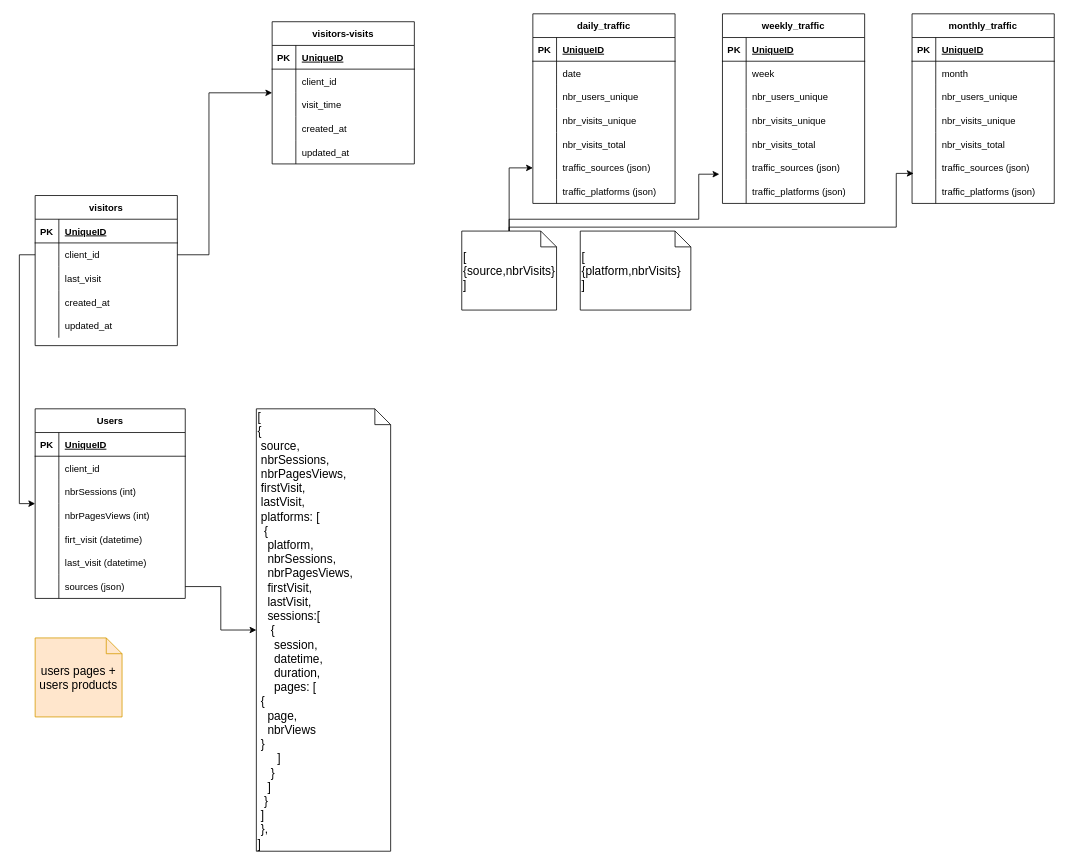
This is Untitled Diagram.drawio from hbenflouka/diagrames, a draw.io file, before an edit. Source tidied: cells renumbered, new cells numbered last; positions are measured from the earlier drawing's top-left corner, leaving out a move shared by most shapes. Both pictures are drawn from the tidied source at 79%, with x=0, y=0 at pixel (35, 13).
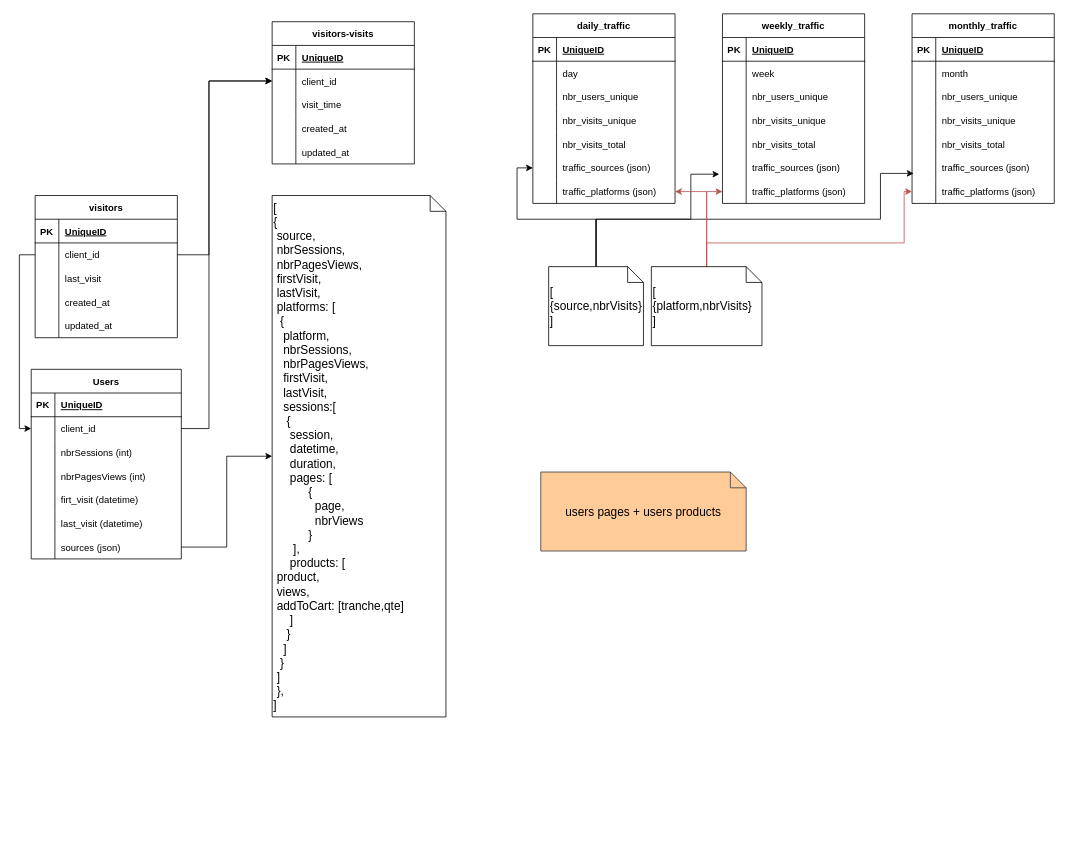
The same diagram, later.

The change refers to these unchanged cells:
```xml
<mxCell id="6" style="shape=partialRectangle;fillColor=none;top=0;left=0;bottom=0;right=0;points=[[0,0.5],[1,0.5]];portConstraint=eastwest;" parent="2" vertex="1">
  <mxGeometry y="60" width="180" height="30" as="geometry" />
</mxCell>
<mxCell id="22" style="shape=partialRectangle;fillColor=none;top=0;left=0;bottom=0;right=0;points=[[0,0.5],[1,0.5]];portConstraint=eastwest;" parent="18" vertex="1">
  <mxGeometry y="60" width="180" height="30" as="geometry" />
</mxCell>
<mxCell id="38" style="shape=partialRectangle;fillColor=none;top=0;left=0;bottom=0;right=0;points=[[0,0.5],[1,0.5]];portConstraint=eastwest;" parent="34" vertex="1">
  <mxGeometry y="60" width="190" height="30" as="geometry" />
</mxCell>
<mxCell id="61" style="shape=partialRectangle;fillColor=none;top=0;left=0;bottom=0;right=0;" parent="57" vertex="1">
  <mxGeometry y="60" width="180" height="30" as="geometry" />
</mxCell>
<mxCell id="73" style="shape=partialRectangle;fillColor=none;top=0;left=0;bottom=0;right=0;points=[[0,0.5],[1,0.5]];portConstraint=eastwest;" parent="57" vertex="1">
  <mxGeometry y="180" width="180" height="30" as="geometry" />
</mxCell>
<mxCell id="76" style="shape=partialRectangle;fillColor=none;top=0;left=0;bottom=0;right=0;points=[[0,0.5],[1,0.5]];portConstraint=eastwest;" parent="57" vertex="1">
  <mxGeometry y="210" width="180" height="30" as="geometry" />
</mxCell>
<mxCell id="95" style="shape=partialRectangle;fillColor=none;top=0;left=0;bottom=0;right=0;points=[[0,0.5],[1,0.5]];portConstraint=eastwest;" parent="79" vertex="1">
  <mxGeometry y="180" width="180" height="30" as="geometry" />
</mxCell>
<mxCell id="98" style="shape=partialRectangle;fillColor=none;top=0;left=0;bottom=0;right=0;points=[[0,0.5],[1,0.5]];portConstraint=eastwest;" parent="79" vertex="1">
  <mxGeometry y="210" width="180" height="30" as="geometry" />
</mxCell>
<mxCell id="117" style="shape=partialRectangle;fillColor=none;top=0;left=0;bottom=0;right=0;points=[[0,0.5],[1,0.5]];portConstraint=eastwest;" parent="101" vertex="1">
  <mxGeometry y="180" width="180" height="30" as="geometry" />
</mxCell>
<mxCell id="120" style="shape=partialRectangle;fillColor=none;top=0;left=0;bottom=0;right=0;points=[[0,0.5],[1,0.5]];portConstraint=eastwest;" parent="101" vertex="1">
  <mxGeometry y="210" width="180" height="30" as="geometry" />
</mxCell>
```

What changed in the source:
```diff
@@
     <mxCell id="2" value="visitors" style="shape=table;startSize=30;childLayout=tableLayout;rowLines=0;fontStyle=1;align=center;" parent="1" vertex="1">
-      <mxGeometry y="230" width="180" height="190" as="geometry" />
+      <mxGeometry y="230" width="180" height="180" as="geometry" />
     </mxCell>
@@
     <mxCell id="34" value="Users" style="shape=table;startSize=30;childLayout=tableLayout;rowLines=0;fontStyle=1;align=center;" parent="1" vertex="1">
-      <mxGeometry y="500" width="190" height="240" as="geometry" />
+      <mxGeometry x="-5" y="450" width="190" height="240" as="geometry" />
     </mxCell>
@@
-    <mxCell id="56" style="edgeStyle=orthogonalEdgeStyle;rounded=0;jettySize=auto;html=1;exitX=1;exitY=0.5;exitDx=0;exitDy=0;" parent="1" edge="1" source="6" target="22">
+    <mxCell id="56" style="edgeStyle=orthogonalEdgeStyle;rounded=0;jettySize=auto;html=1;exitX=1;exitY=0.5;exitDx=0;exitDy=0;" parent="1" edge="1" source="38" target="22">
       <mxGeometry relative="1" as="geometry">
         <Array as="points">
-          <mxPoint x="220" y="305" />
-          <mxPoint x="220" y="100" />
+          <mxPoint x="220" y="525" />
+          <mxPoint x="220" y="85" />
         </Array>
       </mxGeometry>
     </mxCell>
@@
-    <mxCell id="63" value="date" style="shape=partialRectangle;fillColor=none;top=0;left=0;bottom=0;right=0;align=left;spacingLeft=6;overflow=hidden;" parent="61" vertex="1">
+    <mxCell id="63" value="day" style="shape=partialRectangle;fillColor=none;top=0;left=0;bottom=0;right=0;align=left;spacingLeft=6;overflow=hidden;" parent="61" vertex="1">
       <mxGeometry x="30" width="150" height="30" as="geometry" />
     </mxCell>
@@
-    <mxCell id="123" style="edgeStyle=orthogonalEdgeStyle;rounded=0;jettySize=auto;html=1;exitX=0;exitY=0.5;exitDx=0;exitDy=0;entryX=0;entryY=0.5;entryDx=0;entryDy=0;" parent="1" edge="1" source="6" target="34">
+    <mxCell id="123" style="edgeStyle=orthogonalEdgeStyle;rounded=0;jettySize=auto;html=1;exitX=0;exitY=0.5;exitDx=0;exitDy=0;entryX=0;entryY=0.5;entryDx=0;entryDy=0;" parent="1" edge="1" source="6" target="38">
       <mxGeometry relative="1" as="geometry" />
     </mxCell>
-    <mxCell id="124" value="&lt;font style=&quot;font-size: 15px&quot;&gt;[&lt;br&gt;{&lt;br&gt;&amp;nbsp;source,&lt;br&gt;&amp;nbsp;nbrSessions, &lt;br&gt;&amp;nbsp;nbrPagesViews, &lt;br&gt;&amp;nbsp;firstVisit, &lt;br&gt;&amp;nbsp;lastVisit,&lt;br&gt;&amp;nbsp;platforms: [&lt;br&gt;&amp;nbsp; {&lt;br&gt;&amp;nbsp; &amp;nbsp;platform,&lt;br&gt;&amp;nbsp; &amp;nbsp;nbrSessions,&lt;span&gt; &lt;/span&gt;&amp;nbsp;&lt;br&gt;&amp;nbsp; &amp;nbsp;nbrPagesViews,&lt;br&gt;&amp;nbsp; &amp;nbsp;firstVisit,&lt;br&gt;&amp;nbsp; &amp;nbsp;lastVisit,&lt;br&gt;&amp;nbsp; &amp;nbsp;sessions:[&lt;br&gt;&amp;nbsp; &amp;nbsp; {&lt;br&gt;&amp;nbsp; &amp;nbsp; &amp;nbsp;session,&lt;br&gt;&amp;nbsp; &amp;nbsp; &amp;nbsp;datetime,&lt;br&gt;&amp;nbsp; &amp;nbsp; &amp;nbsp;duration,&lt;br&gt;&amp;nbsp; &amp;nbsp; &amp;nbsp;pages: [&lt;br&gt;&lt;span style=&quot;white-space: pre&quot;&gt; &lt;/span&gt;{&lt;br&gt;&lt;span style=&quot;white-space: pre&quot;&gt; &lt;/span&gt;&amp;nbsp; page,&lt;br&gt;&lt;span style=&quot;white-space: pre&quot;&gt; &lt;/span&gt;&amp;nbsp; nbrViews&lt;br&gt;&lt;span style=&quot;white-space: pre&quot;&gt; &lt;/span&gt;}&lt;br&gt;&amp;nbsp; &amp;nbsp; &amp;nbsp; ]&lt;br&gt;&amp;nbsp; &amp;nbsp; }&lt;br&gt;&amp;nbsp; &amp;nbsp;]&lt;br&gt;&amp;nbsp; }&lt;br&gt;&amp;nbsp;]&lt;br&gt;&amp;nbsp;},&lt;br&gt;]&lt;/font&gt;" style="shape=note;size=20;whiteSpace=wrap;html=1;align=left;" parent="1" vertex="1">
-      <mxGeometry x="280" y="500" width="170" height="560" as="geometry" />
+    <mxCell id="124" value="&lt;font style=&quot;font-size: 15px&quot;&gt;[&lt;br&gt;{&lt;br&gt;&amp;nbsp;source,&lt;br&gt;&amp;nbsp;nbrSessions, &lt;br&gt;&amp;nbsp;nbrPagesViews, &lt;br&gt;&amp;nbsp;firstVisit, &lt;br&gt;&amp;nbsp;lastVisit,&lt;br&gt;&amp;nbsp;platforms: [&lt;br&gt;&amp;nbsp; {&lt;br&gt;&amp;nbsp; &amp;nbsp;platform,&lt;br&gt;&amp;nbsp; &amp;nbsp;nbrSessions,&lt;span&gt; &lt;/span&gt;&amp;nbsp;&lt;br&gt;&amp;nbsp; &amp;nbsp;nbrPagesViews,&lt;br&gt;&amp;nbsp; &amp;nbsp;firstVisit,&lt;br&gt;&amp;nbsp; &amp;nbsp;lastVisit,&lt;br&gt;&amp;nbsp; &amp;nbsp;sessions:[&lt;br&gt;&amp;nbsp; &amp;nbsp; {&lt;br&gt;&amp;nbsp; &amp;nbsp; &amp;nbsp;session,&lt;br&gt;&amp;nbsp; &amp;nbsp; &amp;nbsp;datetime,&lt;br&gt;&amp;nbsp; &amp;nbsp; &amp;nbsp;duration,&lt;br&gt;&amp;nbsp; &amp;nbsp; &amp;nbsp;pages: [&lt;br&gt;&lt;/font&gt;&lt;blockquote style=&quot;margin: 0 0 0 40px ; border: none ; padding: 0px&quot;&gt;&lt;font style=&quot;font-size: 15px&quot;&gt;&lt;span style=&quot;white-space: pre&quot;&gt; &lt;/span&gt;{&lt;br&gt;&lt;/font&gt;&lt;font style=&quot;font-size: 15px&quot;&gt;&lt;span style=&quot;white-space: pre&quot;&gt; &lt;/span&gt;&amp;nbsp; page,&lt;br&gt;&lt;/font&gt;&lt;font style=&quot;font-size: 15px&quot;&gt;&lt;span style=&quot;white-space: pre&quot;&gt; &lt;/span&gt;&amp;nbsp; nbrViews&lt;br&gt;&lt;/font&gt;&lt;font style=&quot;font-size: 15px&quot;&gt;&lt;span style=&quot;white-space: pre&quot;&gt; &lt;/span&gt;}&lt;/font&gt;&lt;/blockquote&gt;&lt;font style=&quot;font-size: 15px&quot;&gt;&amp;nbsp; &amp;nbsp; &amp;nbsp; ],&lt;br&gt;&amp;nbsp; &amp;nbsp; &amp;nbsp;products: [&lt;span style=&quot;white-space: pre&quot;&gt; &lt;/span&gt;&lt;br&gt;&lt;span style=&quot;white-space: pre&quot;&gt; &lt;/span&gt;product,&lt;br&gt;&lt;span style=&quot;white-space: pre&quot;&gt; &lt;/span&gt;views,&lt;br&gt;&lt;span style=&quot;white-space: pre&quot;&gt; &lt;/span&gt;addToCart: [tranche,qte]&lt;br&gt;&amp;nbsp; &amp;nbsp; &amp;nbsp;]&lt;br&gt;&amp;nbsp; &amp;nbsp; }&lt;br&gt;&amp;nbsp; &amp;nbsp;]&lt;br&gt;&amp;nbsp; }&lt;br&gt;&amp;nbsp;]&lt;br&gt;&amp;nbsp;},&lt;br&gt;]&lt;/font&gt;" style="shape=note;size=20;whiteSpace=wrap;html=1;align=left;" parent="1" vertex="1">
+      <mxGeometry x="300" y="230" width="220" height="660" as="geometry" />
     </mxCell>
@@
     <mxCell id="126" style="edgeStyle=orthogonalEdgeStyle;rounded=0;jettySize=auto;html=1;entryX=0;entryY=0.5;entryDx=0;entryDy=0;fontSize=15;" parent="1" edge="1" source="129" target="73">
-      <mxGeometry relative="1" as="geometry" />
+      <mxGeometry relative="1" as="geometry">
+        <Array as="points">
+          <mxPoint x="710" y="260" />
+          <mxPoint x="610" y="260" />
+          <mxPoint x="610" y="195" />
+        </Array>
+      </mxGeometry>
     </mxCell>
     <mxCell id="127" style="edgeStyle=orthogonalEdgeStyle;rounded=0;jettySize=auto;html=1;entryX=-0.022;entryY=0.767;entryDx=0;entryDy=0;entryPerimeter=0;fontSize=15;" parent="1" edge="1" source="129" target="95">
       <mxGeometry relative="1" as="geometry">
         <Array as="points">
-          <mxPoint x="600" y="260" />
-          <mxPoint x="840" y="260" />
-          <mxPoint x="840" y="203" />
+          <mxPoint x="710" y="260" />
+          <mxPoint x="830" y="260" />
+          <mxPoint x="830" y="203" />
         </Array>
       </mxGeometry>
     </mxCell>
     <mxCell id="128" style="edgeStyle=orthogonalEdgeStyle;rounded=0;jettySize=auto;html=1;entryX=0.011;entryY=0.733;entryDx=0;entryDy=0;entryPerimeter=0;fontSize=15;" parent="1" edge="1" source="129" target="117">
       <mxGeometry relative="1" as="geometry">
         <Array as="points">
-          <mxPoint x="600" y="270" />
-          <mxPoint x="1090" y="270" />
-          <mxPoint x="1090" y="202" />
+          <mxPoint x="710" y="260" />
+          <mxPoint x="1070" y="260" />
+          <mxPoint x="1070" y="202" />
         </Array>
       </mxGeometry>
     </mxCell>
     <mxCell id="129" value="[&lt;br&gt;{source,nbrVisits}&lt;br&gt;]" style="shape=note;size=20;whiteSpace=wrap;html=1;fontSize=15;align=left;" parent="1" vertex="1">
-      <mxGeometry x="540" y="275" width="120" height="100" as="geometry" />
+      <mxGeometry x="650" y="320" width="120" height="100" as="geometry" />
     </mxCell>
+    <mxCell id="132" style="edgeStyle=orthogonalEdgeStyle;rounded=0;jettySize=auto;html=1;fillColor=#f8cecc;strokeColor=#b85450;" parent="1" edge="1" target="76">
+      <mxGeometry relative="1" as="geometry">
+        <mxPoint x="850" y="370" as="sourcePoint" />
+        <Array as="points">
+          <mxPoint x="850" y="225" />
+        </Array>
+      </mxGeometry>
+    </mxCell>
+    <mxCell id="133" style="edgeStyle=orthogonalEdgeStyle;rounded=0;jettySize=auto;html=1;entryX=0;entryY=0.5;entryDx=0;entryDy=0;fillColor=#f8cecc;strokeColor=#b85450;" parent="1" edge="1" source="130" target="98">
+      <mxGeometry relative="1" as="geometry">
+        <Array as="points">
+          <mxPoint x="850" y="225" />
+        </Array>
+      </mxGeometry>
+    </mxCell>
+    <mxCell id="134" style="edgeStyle=orthogonalEdgeStyle;rounded=0;jettySize=auto;html=1;fillColor=#f8cecc;strokeColor=#b85450;" parent="1" edge="1" source="130" target="120">
+      <mxGeometry relative="1" as="geometry">
+        <Array as="points">
+          <mxPoint x="850" y="290" />
+          <mxPoint x="1100" y="290" />
+          <mxPoint x="1100" y="225" />
+        </Array>
+      </mxGeometry>
+    </mxCell>
     <mxCell id="130" value="&lt;span&gt;[&lt;/span&gt;&lt;br&gt;&lt;div&gt;&lt;span&gt;{platform,nbrVisits}&lt;/span&gt;&lt;/div&gt;&lt;span&gt;&lt;div&gt;&lt;span&gt;]&lt;/span&gt;&lt;/div&gt;&lt;/span&gt;" style="shape=note;size=20;whiteSpace=wrap;html=1;fontSize=15;align=left;" parent="1" vertex="1">
-      <mxGeometry x="690" y="275" width="140" height="100" as="geometry" />
+      <mxGeometry x="780" y="320" width="140" height="100" as="geometry" />
     </mxCell>
-    <mxCell id="131" value="users pages + users products" style="shape=note;size=20;whiteSpace=wrap;html=1;fontSize=15;fillColor=#ffe6cc;strokeColor=#d79b00;" parent="1" vertex="1">
-      <mxGeometry y="790" width="110" height="100" as="geometry" />
+    <mxCell id="131" value="users pages + users products" style="shape=note;size=20;whiteSpace=wrap;html=1;fontSize=15;fillColor=#ffcc99;strokeColor=#36393d;" parent="1" vertex="1">
+      <mxGeometry x="640" y="580" width="260" height="100" as="geometry" />
     </mxCell>
+    <mxCell id="135" style="edgeStyle=orthogonalEdgeStyle;rounded=0;jettySize=auto;html=1;entryX=0;entryY=0.5;entryDx=0;entryDy=0;" parent="1" edge="1" source="6" target="22">
+      <mxGeometry relative="1" as="geometry">
+        <Array as="points">
+          <mxPoint x="220" y="305" />
+          <mxPoint x="220" y="85" />
+        </Array>
+      </mxGeometry>
+    </mxCell>
```
